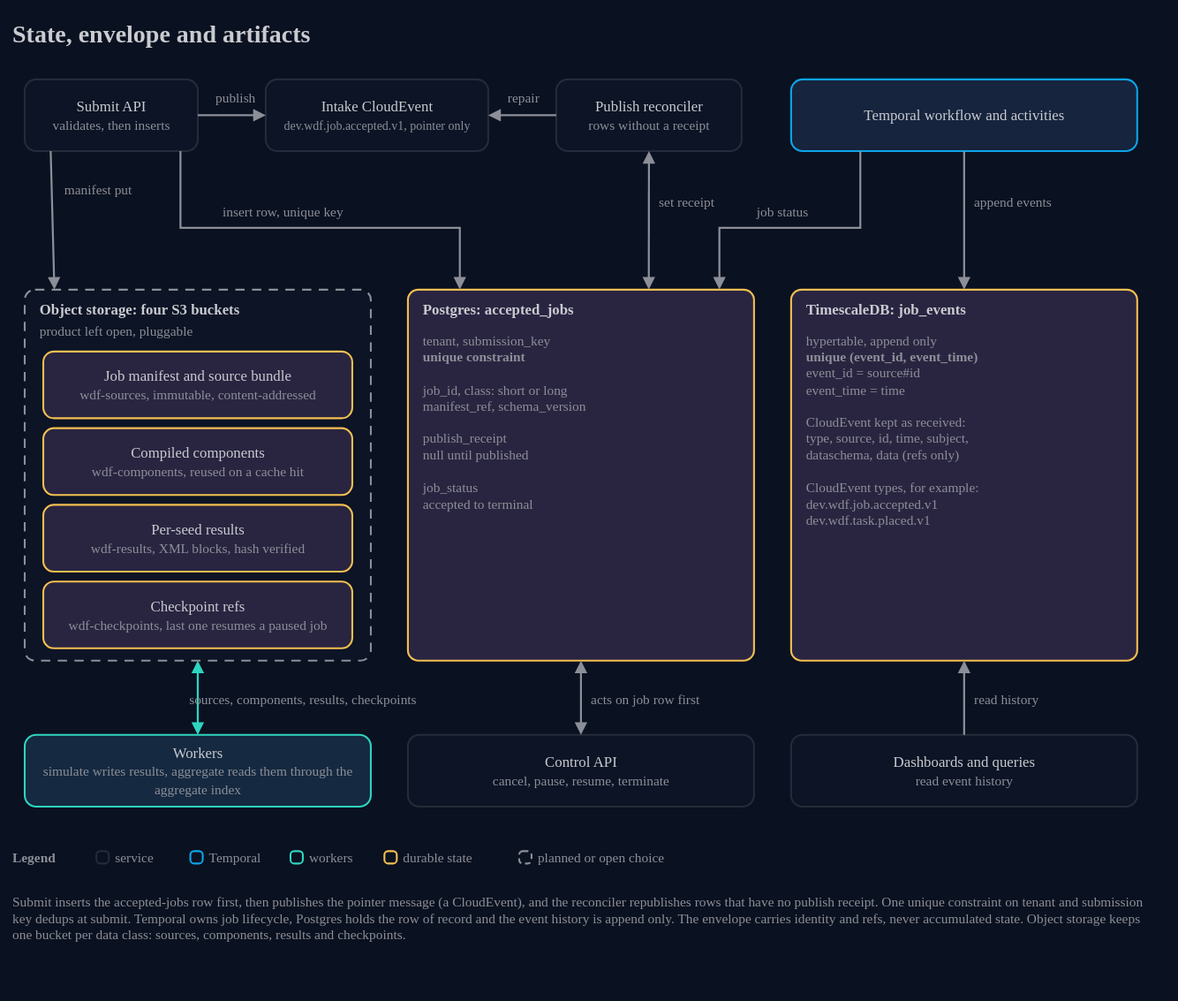
This is docs/architecture/13-state-envelope-artifacts.drawio.svg from AndoNorth/wasm-dag-forge, a draw.io export, as it was before one commit. Source tidied: cells renumbered, new cells last; positions are measured from the earlier drawing's top-left corner, leaving out a move shared by most shapes.
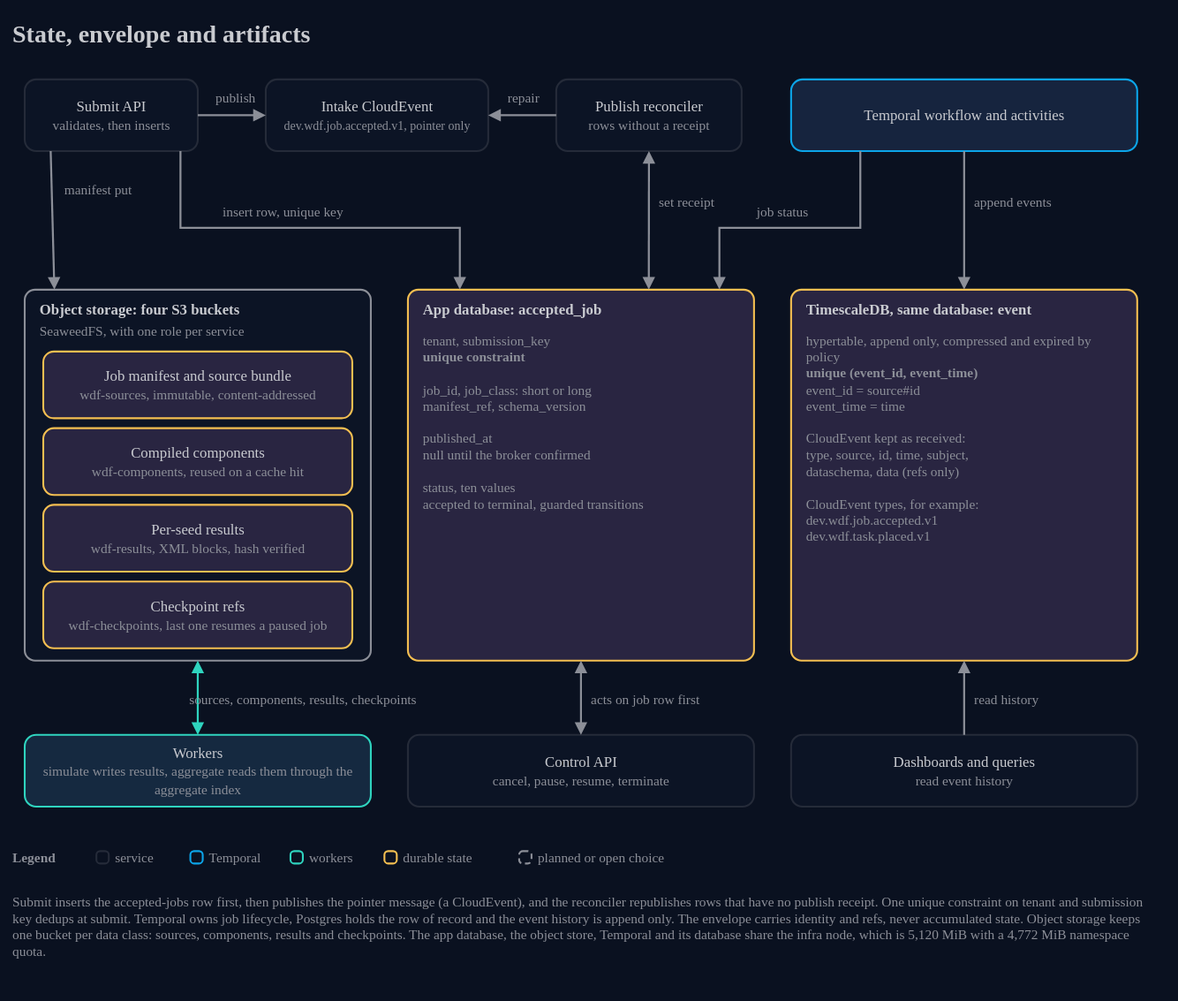
The same file after the commit.

Commit message:
docs(architecture): refine the state note with the app database, the object store and the infra node

What changed in the source:
```diff
@@ -20,28 +20,28 @@
     <mxCell id="7" style="rounded=1;arcSize=3;html=1;whiteSpace=wrap;fillColor=#292541;strokeColor=#f4bf51;strokeWidth=1.5;fontColor=#c9cbd0;fontSize=12;fontFamily=IBM Plex Sans;verticalAlign=top;align=left;" parent="1" vertex="1">
       <mxGeometry x="320" y="224" width="280" height="300" as="geometry" />
     </mxCell>
-    <mxCell id="8" value="Postgres: accepted_jobs" style="text;html=1;strokeColor=none;fillColor=none;align=left;verticalAlign=middle;whiteSpace=nowrap;fontColor=#c9cbd0;fontSize=12;fontStyle=1;fontFamily=IBM Plex Sans;spacing=0;" parent="1" vertex="1">
+    <mxCell id="8" value="App database: accepted_job" style="text;html=1;strokeColor=none;fillColor=none;align=left;verticalAlign=middle;whiteSpace=nowrap;fontColor=#c9cbd0;fontSize=12;fontStyle=1;fontFamily=IBM Plex Sans;spacing=0;" parent="1" vertex="1">
       <mxGeometry x="332" y="230" width="260" height="20" as="geometry" />
     </mxCell>
-    <mxCell id="9" value="tenant, submission_key&lt;br&gt;&lt;b&gt;unique constraint&lt;/b&gt;&lt;br&gt;&lt;br&gt;job_id, class: short or long&lt;br&gt;manifest_ref, schema_version&lt;br&gt;&lt;br&gt;publish_receipt&lt;br&gt;null until published&lt;br&gt;&lt;br&gt;job_status&lt;br&gt;accepted to terminal" style="text;html=1;strokeColor=none;fillColor=none;align=left;verticalAlign=top;whiteSpace=wrap;fontColor=#8c8f98;fontSize=11;fontFamily=IBM Plex Mono;spacing=0;" parent="1" vertex="1">
+    <mxCell id="9" value="tenant, submission_key&lt;br&gt;&lt;b&gt;unique constraint&lt;/b&gt;&lt;br&gt;&lt;br&gt;job_id, job_class: short or long&lt;br&gt;manifest_ref, schema_version&lt;br&gt;&lt;br&gt;published_at&lt;br&gt;null until the broker confirmed&lt;br&gt;&lt;br&gt;status, ten values&lt;br&gt;accepted to terminal, guarded transitions" style="text;html=1;strokeColor=none;fillColor=none;align=left;verticalAlign=top;whiteSpace=wrap;fontColor=#8c8f98;fontSize=11;fontFamily=IBM Plex Mono;spacing=0;" parent="1" vertex="1">
       <mxGeometry x="332" y="254" width="256" height="260" as="geometry" />
     </mxCell>
     <mxCell id="10" style="rounded=1;arcSize=3;html=1;whiteSpace=wrap;fillColor=#292541;strokeColor=#f4bf51;strokeWidth=1.5;fontColor=#c9cbd0;fontSize=12;fontFamily=IBM Plex Sans;verticalAlign=top;align=left;" parent="1" vertex="1">
       <mxGeometry x="630" y="224" width="280" height="300" as="geometry" />
     </mxCell>
-    <mxCell id="11" value="TimescaleDB: job_events" style="text;html=1;strokeColor=none;fillColor=none;align=left;verticalAlign=middle;whiteSpace=nowrap;fontColor=#c9cbd0;fontSize=12;fontStyle=1;fontFamily=IBM Plex Sans;spacing=0;" parent="1" vertex="1">
+    <mxCell id="11" value="TimescaleDB, same database: event" style="text;html=1;strokeColor=none;fillColor=none;align=left;verticalAlign=middle;whiteSpace=nowrap;fontColor=#c9cbd0;fontSize=12;fontStyle=1;fontFamily=IBM Plex Sans;spacing=0;" parent="1" vertex="1">
       <mxGeometry x="642" y="230" width="260" height="20" as="geometry" />
     </mxCell>
-    <mxCell id="12" value="hypertable, append only&lt;br&gt;&lt;b&gt;unique (event_id, event_time)&lt;/b&gt;&lt;br&gt;event_id = source#id&lt;br&gt;event_time = time&lt;br&gt;&lt;br&gt;CloudEvent kept as received:&lt;br&gt;type, source, id, time, subject,&lt;br&gt;dataschema, data (refs only)&lt;br&gt;&lt;br&gt;CloudEvent types, for example:&lt;br&gt;dev.wdf.job.accepted.v1&lt;br&gt;dev.wdf.task.placed.v1" style="text;html=1;strokeColor=none;fillColor=none;align=left;verticalAlign=top;whiteSpace=wrap;fontColor=#8c8f98;fontSize=11;fontFamily=IBM Plex Mono;spacing=0;" parent="1" vertex="1">
+    <mxCell id="12" value="hypertable, append only, compressed and expired by policy&lt;br&gt;&lt;b&gt;unique (event_id, event_time)&lt;/b&gt;&lt;br&gt;event_id = source#id&lt;br&gt;event_time = time&lt;br&gt;&lt;br&gt;CloudEvent kept as received:&lt;br&gt;type, source, id, time, subject,&lt;br&gt;dataschema, data (refs only)&lt;br&gt;&lt;br&gt;CloudEvent types, for example:&lt;br&gt;dev.wdf.job.accepted.v1&lt;br&gt;dev.wdf.task.placed.v1" style="text;html=1;strokeColor=none;fillColor=none;align=left;verticalAlign=top;whiteSpace=wrap;fontColor=#8c8f98;fontSize=11;fontFamily=IBM Plex Mono;spacing=0;" parent="1" vertex="1">
       <mxGeometry x="642" y="254" width="256" height="260" as="geometry" />
     </mxCell>
-    <mxCell id="13" style="rounded=1;arcSize=3;html=1;whiteSpace=wrap;fillColor=#0c1425;strokeColor=#8c8f98;strokeWidth=1.5;dashed=1;dashPattern=5 4;fontColor=#c9cbd0;fontSize=12;fontFamily=IBM Plex Sans;verticalAlign=top;align=left;" parent="1" vertex="1">
+    <mxCell id="13" style="rounded=1;arcSize=3;html=1;whiteSpace=wrap;fillColor=#0c1425;strokeColor=#8c8f98;strokeWidth=1.5;fontColor=#c9cbd0;fontSize=12;fontFamily=IBM Plex Sans;verticalAlign=top;align=left;" parent="1" vertex="1">
       <mxGeometry x="10" y="224" width="280" height="300" as="geometry" />
     </mxCell>
     <mxCell id="14" value="Object storage: four S3 buckets" style="text;html=1;strokeColor=none;fillColor=none;align=left;verticalAlign=middle;whiteSpace=nowrap;fontColor=#c9cbd0;fontSize=12;fontStyle=1;fontFamily=IBM Plex Sans;spacing=0;" parent="1" vertex="1">
       <mxGeometry x="22" y="230" width="260" height="20" as="geometry" />
     </mxCell>
-    <mxCell id="15" value="product left open, pluggable" style="text;html=1;strokeColor=none;fillColor=none;align=left;verticalAlign=middle;whiteSpace=nowrap;fontColor=#8c8f98;fontSize=11;fontFamily=IBM Plex Sans;spacing=0;" parent="1" vertex="1">
+    <mxCell id="15" value="SeaweedFS, with one role per service" style="text;html=1;strokeColor=none;fillColor=none;align=left;verticalAlign=middle;whiteSpace=nowrap;fontColor=#8c8f98;fontSize=11;fontFamily=IBM Plex Sans;spacing=0;" parent="1" vertex="1">
       <mxGeometry x="22" y="248" width="260" height="18" as="geometry" />
     </mxCell>
     <mxCell id="16" value="Job manifest and source bundle&lt;br&gt;&lt;font color=&quot;#8c8f98&quot; style=&quot;font-size:11px&quot;&gt;wdf-sources, immutable, content-addressed&lt;/font&gt;" style="rounded=1;arcSize=16;html=1;whiteSpace=wrap;fillColor=#292541;strokeColor=#f4bf51;strokeWidth=1.5;fontColor=#c9cbd0;fontSize=12;fontFamily=IBM Plex Sans;align=center;verticalAlign=middle;" parent="1" vertex="1">
@@ -168,7 +168,7 @@
     <mxCell id="53" value="planned or open choice" style="text;html=1;strokeColor=none;fillColor=none;align=left;verticalAlign=middle;whiteSpace=nowrap;fontColor=#8c8f98;fontSize=11;fontFamily=IBM Plex Sans;spacing=0;" parent="1" vertex="1">
       <mxGeometry x="425" y="674" width="131" height="18" as="geometry" />
     </mxCell>
-    <mxCell id="54" value="Submit inserts the accepted-jobs row first, then publishes the pointer message (a CloudEvent), and the reconciler republishes rows that have no publish receipt. One unique constraint on tenant and submission key dedups at submit. Temporal owns job lifecycle, Postgres holds the row of record and the event history is append only. The envelope carries identity and refs, never accumulated state. Object storage keeps one bucket per data class: sources, components, results and checkpoints." style="text;html=1;strokeColor=none;fillColor=none;align=left;verticalAlign=top;whiteSpace=wrap;fontColor=#8c8f98;fontSize=11;fontFamily=IBM Plex Sans;spacing=0;" parent="1" vertex="1">
+    <mxCell id="54" value="Submit inserts the accepted-jobs row first, then publishes the pointer message (a CloudEvent), and the reconciler republishes rows that have no publish receipt. One unique constraint on tenant and submission key dedups at submit. Temporal owns job lifecycle, Postgres holds the row of record and the event history is append only. The envelope carries identity and refs, never accumulated state. Object storage keeps one bucket per data class: sources, components, results and checkpoints. The app database, the object store, Temporal and its database share the infra node, which is 5,120 MiB with a 4,772 MiB namespace quota." style="text;html=1;strokeColor=none;fillColor=none;align=left;verticalAlign=top;whiteSpace=wrap;fontColor=#8c8f98;fontSize=11;fontFamily=IBM Plex Sans;spacing=0;" parent="1" vertex="1">
       <mxGeometry y="708" width="920" height="70" as="geometry" />
     </mxCell>
   </root>
```
